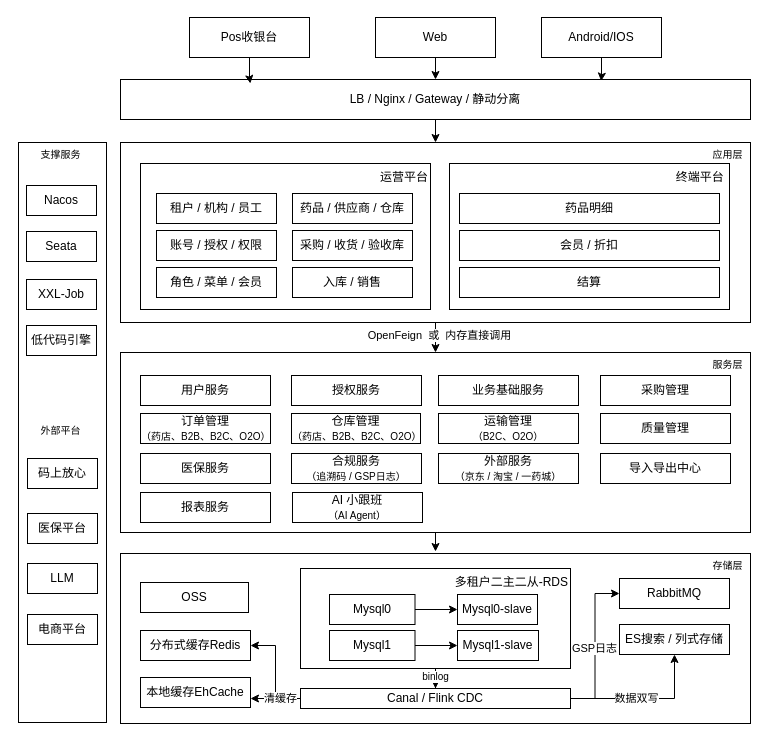
ganca-coder/DrugSaaS keeps this draw.io diagram as drawio/医药SaaS总架构图.drawio. Above is the earlier version. Source tidied: cells renumbered, new cells numbered last; positions are measured from the earlier drawing's top-left corner, leaving out a move shared by most shapes. Both pictures are drawn from the tidied source at 100%, with x=0, y=0 at pixel (18, 17).
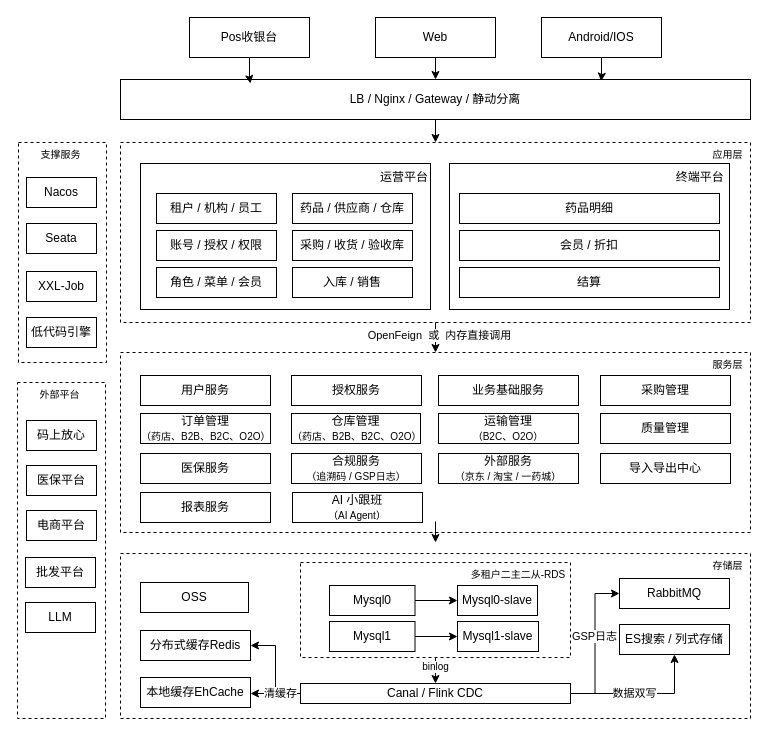
The same diagram, later.

The change refers to these unchanged cells:
```xml
<mxCell id="4" style="edgeStyle=orthogonalEdgeStyle;rounded=0;jettySize=auto;html=1;" parent="1" edge="1" source="6" target="63">
  <mxGeometry relative="1" as="geometry" />
</mxCell>
<mxCell id="56" style="edgeStyle=orthogonalEdgeStyle;rounded=0;jettySize=auto;html=1;entryX=0;entryY=0.5;entryDx=0;entryDy=0;" parent="1" edge="1" source="63" target="46">
  <mxGeometry relative="1" as="geometry" />
</mxCell>
```

Change to the diagram source:
```diff
@@
+    <mxCell id="70" value="&lt;span style=&quot;color: rgb(1, 1, 1);&quot;&gt;外部平台&amp;nbsp;&lt;/span&gt;" style="rounded=0;whiteSpace=wrap;html=1;verticalAlign=top;align=center;fontSize=10;fillColor=none;dashed=1;" parent="1" vertex="1">
+      <mxGeometry x="-1" y="365" width="88" height="336" as="geometry" />
+    </mxCell>
-    <mxCell id="2" value="支撑服务&amp;nbsp;" style="rounded=0;whiteSpace=wrap;html=1;verticalAlign=top;align=center;fontSize=10;" parent="1" vertex="1">
-      <mxGeometry y="125" width="88" height="580" as="geometry" />
+    <mxCell id="2" value="支撑服务&amp;nbsp;" style="rounded=0;whiteSpace=wrap;html=1;verticalAlign=top;align=center;fontSize=10;dashed=1;fillColor=none;" parent="1" vertex="1">
+      <mxGeometry y="125" width="88" height="220" as="geometry" />
     </mxCell>
-    <mxCell id="3" value="存储层&amp;nbsp;&amp;nbsp;" style="rounded=0;whiteSpace=wrap;html=1;verticalAlign=top;align=right;fontSize=10;" parent="1" vertex="1">
-      <mxGeometry x="102" y="536" width="630" height="170" as="geometry" />
+    <mxCell id="3" value="存储层&amp;nbsp;&amp;nbsp;" style="rounded=0;whiteSpace=wrap;html=1;verticalAlign=top;align=right;fontSize=10;fillColor=none;dashed=1;" parent="1" vertex="1">
+      <mxGeometry x="102" y="536" width="630" height="165" as="geometry" />
     </mxCell>
@@
     <mxCell id="5" value="binlog" style="edgeLabel;html=1;align=center;verticalAlign=middle;fontSize=10;" parent="4" vertex="1">
-      <mxGeometry x="0.56" y="-1" relative="1" as="geometry" />
+      <mxGeometry x="0.56" y="-1" relative="1" as="geometry">
+        <mxPoint y="-6" as="offset" />
+      </mxGeometry>
     </mxCell>
-    <mxCell id="6" value="多租户二主二从-RDS" style="rounded=0;whiteSpace=wrap;html=1;verticalAlign=top;align=right;" parent="1" vertex="1">
-      <mxGeometry x="282" y="551" width="270" height="100" as="geometry" />
+    <mxCell id="6" value="多租户二主二从-RDS&amp;nbsp;" style="rounded=0;whiteSpace=wrap;html=1;verticalAlign=top;align=right;fillColor=none;dashed=1;fontSize=10;" parent="1" vertex="1">
+      <mxGeometry x="282" y="545" width="270" height="95" as="geometry" />
     </mxCell>
@@
-    <mxCell id="9" value="应用层&amp;nbsp;&amp;nbsp;" style="rounded=0;whiteSpace=wrap;html=1;verticalAlign=top;align=right;labelBorderColor=none;labelBackgroundColor=none;fontSize=10;" parent="1" vertex="1">
+    <mxCell id="9" value="应用层&amp;nbsp;&amp;nbsp;" style="rounded=0;whiteSpace=wrap;html=1;verticalAlign=top;align=right;labelBorderColor=none;labelBackgroundColor=none;fontSize=10;fillColor=none;dashed=1;" parent="1" vertex="1">
       <mxGeometry x="102" y="125" width="630" height="180" as="geometry" />
     </mxCell>
@@
     <mxCell id="18" style="edgeStyle=orthogonalEdgeStyle;rounded=0;orthogonalLoop=1;jettySize=auto;html=1;entryX=0.5;entryY=0;entryDx=0;entryDy=0;" parent="1" edge="1">
       <mxGeometry relative="1" as="geometry">
-        <mxPoint x="417" y="513" as="sourcePoint" />
-        <mxPoint x="417" y="534" as="targetPoint" />
+        <mxPoint x="417" y="504" as="sourcePoint" />
+        <mxPoint x="417" y="525" as="targetPoint" />
       </mxGeometry>
     </mxCell>
-    <mxCell id="19" value="服务层&amp;nbsp;&amp;nbsp;" style="rounded=0;whiteSpace=wrap;html=1;verticalAlign=top;align=right;fontSize=10;" parent="1" vertex="1">
+    <mxCell id="19" value="服务层&amp;nbsp;&amp;nbsp;" style="rounded=0;whiteSpace=wrap;html=1;verticalAlign=top;align=right;fontSize=10;fillColor=none;dashed=1;" parent="1" vertex="1">
       <mxGeometry x="102" y="335" width="630" height="180" as="geometry" />
     </mxCell>
@@
     <mxCell id="43" value="Nacos" style="rounded=0;whiteSpace=wrap;html=1;" parent="1" vertex="1">
-      <mxGeometry x="8" y="168" width="70" height="30" as="geometry" />
+      <mxGeometry x="8" y="160" width="70" height="30" as="geometry" />
     </mxCell>
     <mxCell id="44" value="XXL-Job" style="rounded=0;whiteSpace=wrap;html=1;" parent="1" vertex="1">
-      <mxGeometry x="8" y="262" width="70" height="30" as="geometry" />
+      <mxGeometry x="8" y="254" width="70" height="30" as="geometry" />
     </mxCell>
     <mxCell id="45" value="Seata" style="rounded=0;whiteSpace=wrap;html=1;" parent="1" vertex="1">
-      <mxGeometry x="8" y="214" width="70" height="30" as="geometry" />
+      <mxGeometry x="8" y="206" width="70" height="30" as="geometry" />
     </mxCell>
@@
     <mxCell id="48" value="Mysql0" style="rounded=0;whiteSpace=wrap;html=1;" parent="1" vertex="1">
-      <mxGeometry x="311" y="577" width="85.5" height="30" as="geometry" />
+      <mxGeometry x="311" y="568" width="85.5" height="30" as="geometry" />
     </mxCell>
@@
     <mxCell id="50" value="Mysql1" style="rounded=0;whiteSpace=wrap;html=1;" parent="1" vertex="1">
-      <mxGeometry x="311" y="613" width="85.5" height="30" as="geometry" />
+      <mxGeometry x="311" y="604" width="85.5" height="30" as="geometry" />
     </mxCell>
     <mxCell id="51" value="Mysql0-slave" style="rounded=0;whiteSpace=wrap;html=1;" parent="1" vertex="1">
-      <mxGeometry x="439" y="577" width="80" height="30" as="geometry" />
+      <mxGeometry x="439" y="568" width="80" height="30" as="geometry" />
     </mxCell>
     <mxCell id="52" value="Mysql1-slave" style="rounded=0;whiteSpace=wrap;html=1;" parent="1" vertex="1">
-      <mxGeometry x="439" y="613" width="81" height="30" as="geometry" />
+      <mxGeometry x="439" y="604" width="81" height="30" as="geometry" />
     </mxCell>
@@
     <mxCell id="57" value="GSP日志" style="edgeLabel;html=1;align=center;verticalAlign=middle;" parent="56" vertex="1">
       <mxGeometry x="-0.02" y="2" relative="1" as="geometry">
-        <mxPoint x="1" as="offset" />
+        <mxPoint x="1" y="-9" as="offset" />
       </mxGeometry>
     </mxCell>
@@
     <mxCell id="63" value="Canal / Flink CDC" style="rounded=0;whiteSpace=wrap;html=1;" parent="1" vertex="1">
-      <mxGeometry x="282" y="671" width="270" height="20" as="geometry" />
+      <mxGeometry x="282" y="666" width="270" height="20" as="geometry" />
     </mxCell>
@@
     <mxCell id="67" value="码上放心" style="rounded=0;whiteSpace=wrap;html=1;" parent="1" vertex="1">
-      <mxGeometry x="9" y="441" width="70" height="30" as="geometry" />
+      <mxGeometry x="8" y="403" width="70" height="30" as="geometry" />
     </mxCell>
     <mxCell id="68" value="医保平台" style="rounded=0;whiteSpace=wrap;html=1;" parent="1" vertex="1">
-      <mxGeometry x="9" y="496" width="70" height="30" as="geometry" />
+      <mxGeometry x="8" y="448" width="70" height="30" as="geometry" />
     </mxCell>
     <mxCell id="69" value="LLM" style="rounded=0;whiteSpace=wrap;html=1;" parent="1" vertex="1">
-      <mxGeometry x="9" y="546" width="70" height="30" as="geometry" />
+      <mxGeometry x="7" y="585" width="70" height="30" as="geometry" />
     </mxCell>
-    <mxCell id="70" value="&lt;font style=&quot;font-size: 10px;&quot;&gt;外部平台&amp;nbsp;&lt;/font&gt;" style="text;html=1;whiteSpace=wrap;strokeColor=none;fillColor=none;align=center;verticalAlign=middle;rounded=0;fontColor=#010101;fontStyle=0;" parent="1" vertex="1">
-      <mxGeometry y="398" width="88" height="30" as="geometry" />
-    </mxCell>
     <mxCell id="71" value="电商平台" style="rounded=0;whiteSpace=wrap;html=1;" parent="1" vertex="1">
-      <mxGeometry x="9" y="597" width="70" height="30" as="geometry" />
+      <mxGeometry x="8" y="493" width="70" height="30" as="geometry" />
     </mxCell>
     <mxCell id="72" value="低代码引擎" style="rounded=0;whiteSpace=wrap;html=1;" parent="1" vertex="1">
-      <mxGeometry x="8" y="308" width="70" height="30" as="geometry" />
+      <mxGeometry x="8" y="300" width="70" height="30" as="geometry" />
     </mxCell>
+    <mxCell id="73" value="批发平台" style="rounded=0;whiteSpace=wrap;html=1;" parent="1" vertex="1">
+      <mxGeometry x="7" y="540" width="70" height="30" as="geometry" />
+    </mxCell>
```
